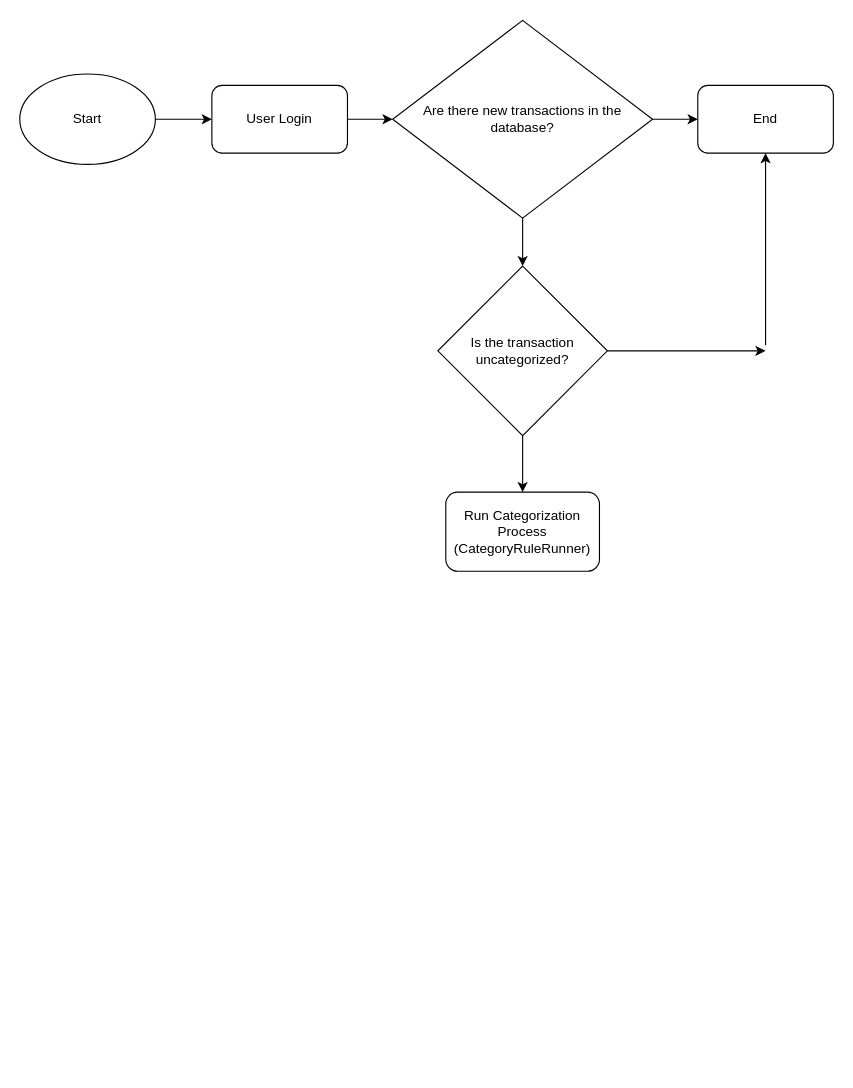
This is src/Budget Transaction Categorization.drawio from AKing982/BudgetBuddy, a draw.io file, before an edit. Source tidied: cells renumbered, new cells numbered last; positions are measured from the earlier drawing's top-left corner, leaving out a move shared by most shapes. Both pictures are drawn from the tidied source at 113%, with x=0, y=0 at pixel (19, 19).
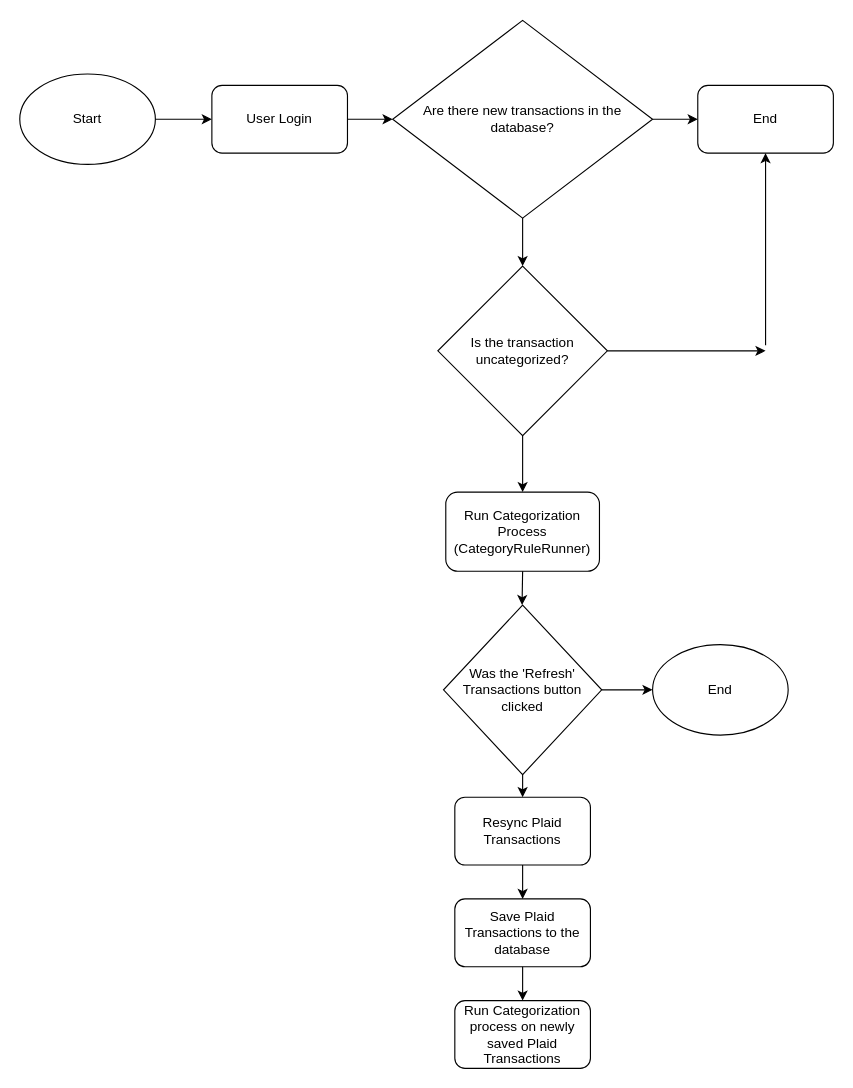
The same page after the edit.

Unchanged cells that the change refers to:
```xml
<mxCell id="13" value="Run Categorization Process (CategoryRuleRunner)" style="rounded=1;whiteSpace=wrap;html=1;" parent="1" vertex="1">
  <mxGeometry x="377" y="418" width="136" height="70" as="geometry" />
</mxCell>
```

Diff of the diagram source:
```diff
@@
+    <mxCell id="15" style="endArrow=classic;html=1;rounded=0;exitX=0.5;exitY=1;exitDx=0;exitDy=0;" parent="1" edge="1" source="13">
+      <mxGeometry relative="1" as="geometry">
+        <mxPoint x="444.5" y="518" as="targetPoint" />
+      </mxGeometry>
+    </mxCell>
+    <mxCell id="16" value="Was the 'Refresh' Transactions button clicked" style="rhombus;whiteSpace=wrap;html=1;" parent="1" vertex="1">
+      <mxGeometry x="375" y="518" width="140" height="150" as="geometry" />
+    </mxCell>
+    <mxCell id="17" style="endArrow=classic;html=1;rounded=0;exitX=0.5;exitY=1;exitDx=0;exitDy=0;" parent="1" edge="1" source="16">
+      <mxGeometry relative="1" as="geometry">
+        <mxPoint x="445" y="688" as="targetPoint" />
+      </mxGeometry>
+    </mxCell>
+    <mxCell id="18" style="endArrow=classic;html=1;rounded=0;exitX=1;exitY=0.5;exitDx=0;exitDy=0;" parent="1" edge="1" source="16">
+      <mxGeometry relative="1" as="geometry">
+        <mxPoint x="560" y="593" as="targetPoint" />
+      </mxGeometry>
+    </mxCell>
+    <mxCell id="19" value="End" style="ellipse;whiteSpace=wrap;html=1;" parent="1" vertex="1">
+      <mxGeometry x="560" y="553" width="120" height="80" as="geometry" />
+    </mxCell>
+    <mxCell id="20" value="Resync Plaid Transactions" style="rounded=1;whiteSpace=wrap;html=1;" parent="1" vertex="1">
+      <mxGeometry x="385" y="688" width="120" height="60" as="geometry" />
+    </mxCell>
+    <mxCell id="21" style="endArrow=classic;html=1;rounded=0;exitX=0.5;exitY=1;exitDx=0;exitDy=0;" parent="1" edge="1" source="20">
+      <mxGeometry relative="1" as="geometry">
+        <mxPoint x="445" y="778" as="targetPoint" />
+      </mxGeometry>
+    </mxCell>
+    <mxCell id="22" value="Save Plaid Transactions to the database" style="rounded=1;whiteSpace=wrap;html=1;" parent="1" vertex="1">
+      <mxGeometry x="385" y="778" width="120" height="60" as="geometry" />
+    </mxCell>
+    <mxCell id="23" style="endArrow=classic;html=1;rounded=0;exitX=0.5;exitY=1;exitDx=0;exitDy=0;" parent="1" edge="1" source="22">
+      <mxGeometry relative="1" as="geometry">
+        <mxPoint x="445" y="868" as="targetPoint" />
+      </mxGeometry>
+    </mxCell>
+    <mxCell id="24" value="Run Categorization process on newly saved Plaid Transactions" style="rounded=1;whiteSpace=wrap;html=1;" parent="1" vertex="1">
+      <mxGeometry x="385" y="868" width="120" height="60" as="geometry" />
+    </mxCell>
```
